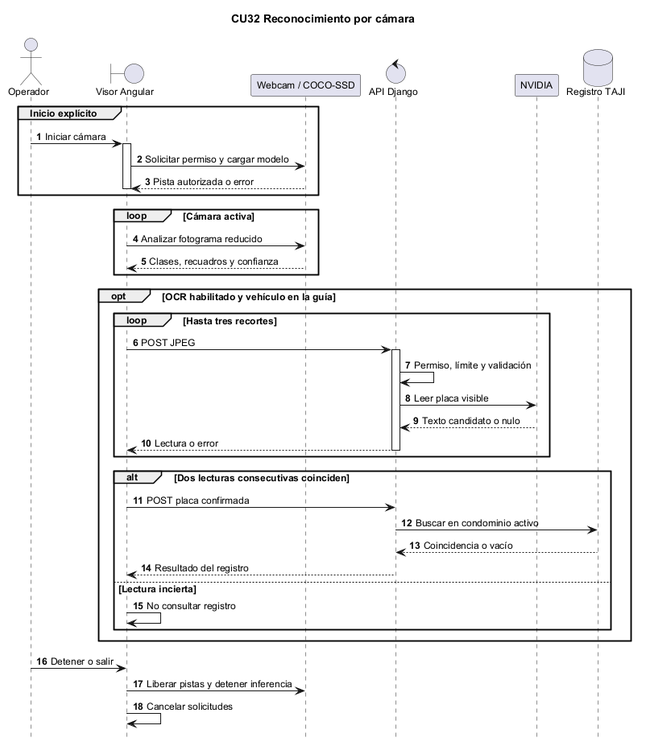
This is docs/Sprint 4/Diagrama de secuencia/CU32_Secuencia.png from Gerstep360/Taji-Backend, a PlantUML export, as it was before one commit. The source it was exported from:
```plantuml
@startuml
skinparam backgroundColor white
skinparam shadowing false
skinparam defaultFontName Arial
skinparam defaultFontSize 12
title CU32 Reconocimiento por cámara
hide footbox
autonumber
actor Operador as A
boundary "Visor Angular" as I
participant "Webcam / COCO-SSD" as C
control "API Django" as D
participant NVIDIA as N
database "Registro TAJI" as B
group Inicio explícito
A -> I : Iniciar cámara
activate I
I -> C : Solicitar permiso y cargar modelo
C --> I : Pista autorizada o error
deactivate I
end
loop Cámara activa
I -> C : Analizar fotograma reducido
C --> I : Clases, recuadros y confianza
end
opt OCR habilitado y vehículo en la guía
loop Hasta tres recortes
I -> D : POST JPEG
activate D
D -> D : Permiso, límite y validación
D -> N : Leer placa visible
N --> D : Texto candidato o nulo
D --> I : Lectura o error
deactivate D
end
alt Dos lecturas consecutivas coinciden
I -> D : POST placa confirmada
D -> B : Buscar en condominio activo
B --> D : Coincidencia o vacío
D --> I : Resultado del registro
else Lectura incierta
I -> I : No consultar registro
end
end
A -> I : Detener o salir
I -> C : Liberar pistas y detener inferencia
I -> I : Cancelar solicitudes
@enduml
```
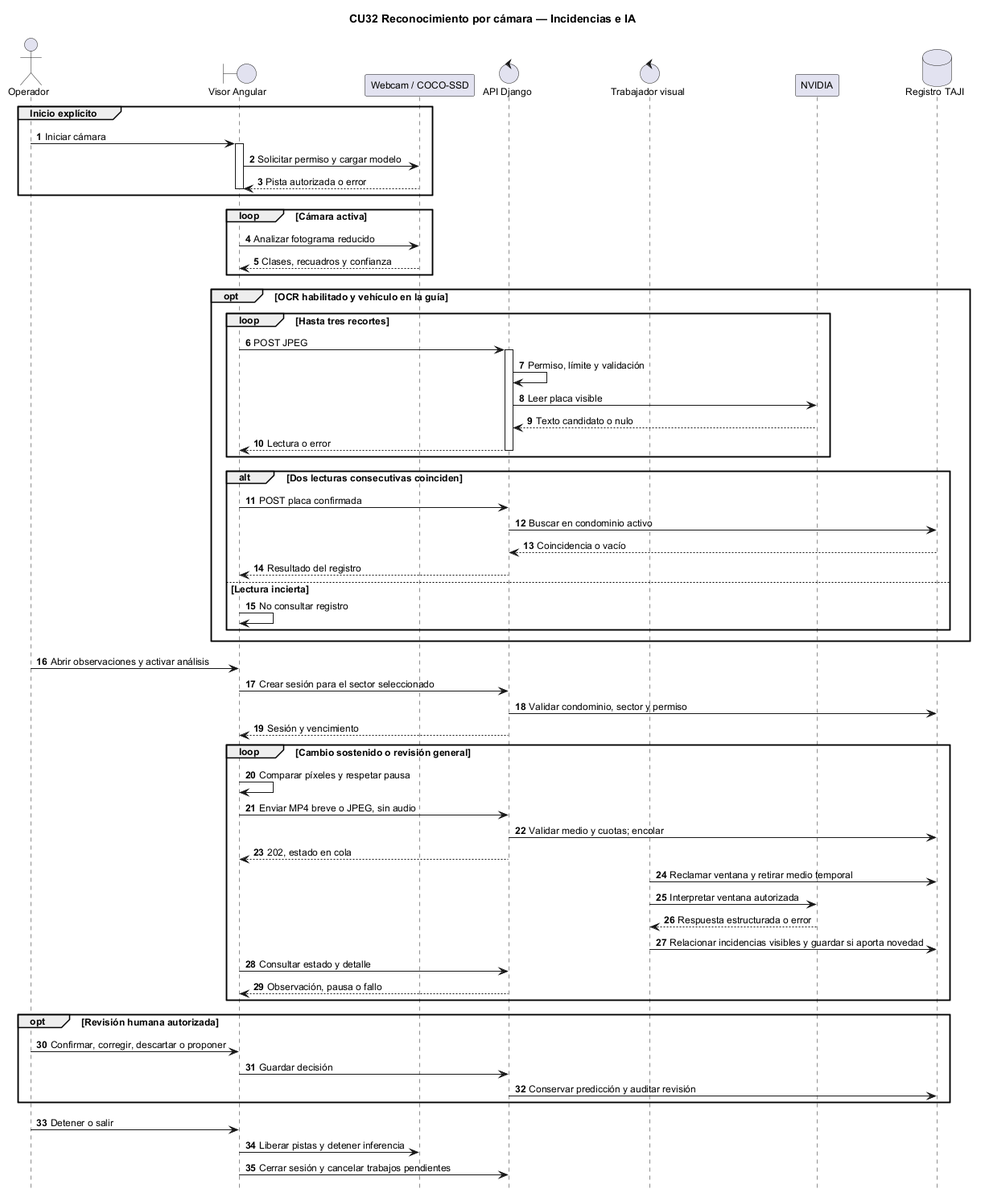
After the change.

Diff of the diagram source:
```diff
@@ -3,13 +3,14 @@
 skinparam shadowing false
 skinparam defaultFontName Arial
 skinparam defaultFontSize 12
-title CU32 Reconocimiento por cámara
+title CU32 Reconocimiento por cámara — Incidencias e IA
 hide footbox
 autonumber
 actor Operador as A
 boundary "Visor Angular" as I
 participant "Webcam / COCO-SSD" as C
 control "API Django" as D
+control "Trabajador visual" as W
 participant NVIDIA as N
 database "Registro TAJI" as B
 group Inicio explícito
@@ -42,7 +43,28 @@
 I -> I : No consultar registro
 end
 end
+A -> I : Abrir observaciones y activar análisis
+I -> D : Crear sesión para el sector seleccionado
+D -> B : Validar condominio, sector y permiso
+D --> I : Sesión y vencimiento
+loop Cambio sostenido o revisión general
+I -> I : Comparar píxeles y respetar pausa
+I -> D : Enviar MP4 breve o JPEG, sin audio
+D -> B : Validar medio y cuotas; encolar
+D --> I : 202, estado en cola
+W -> B : Reclamar ventana y retirar medio temporal
+W -> N : Interpretar ventana autorizada
+N --> W : Respuesta estructurada o error
+W -> B : Relacionar incidencias visibles y guardar si aporta novedad
+I -> D : Consultar estado y detalle
+D --> I : Observación, pausa o fallo
+end
+opt Revisión humana autorizada
+A -> I : Confirmar, corregir, descartar o proponer
+I -> D : Guardar decisión
+D -> B : Conservar predicción y auditar revisión
+end
 A -> I : Detener o salir
 I -> C : Liberar pistas y detener inferencia
-I -> I : Cancelar solicitudes
+I -> D : Cerrar sesión y cancelar trabajos pendientes
 @enduml
```
